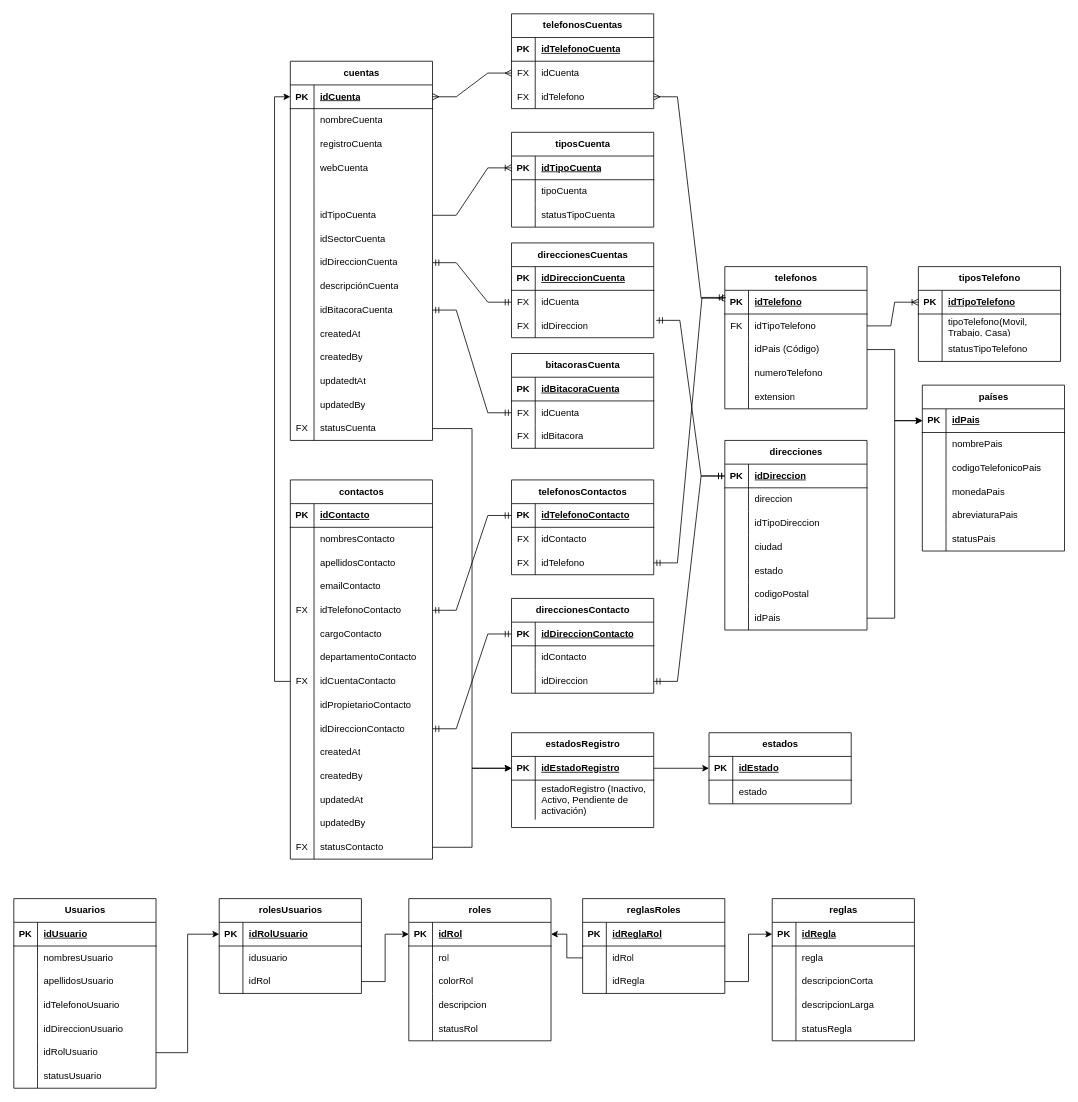
Earlier version of the draw.io diagram bd people.drawio (ocpdata/BDPeople). Source tidied: cells renumbered, new cells numbered last; positions are measured from the earlier drawing's top-left corner, leaving out a move shared by most shapes. Both pictures are drawn from the tidied source at 79%, with x=0, y=0 at pixel (13, 13).
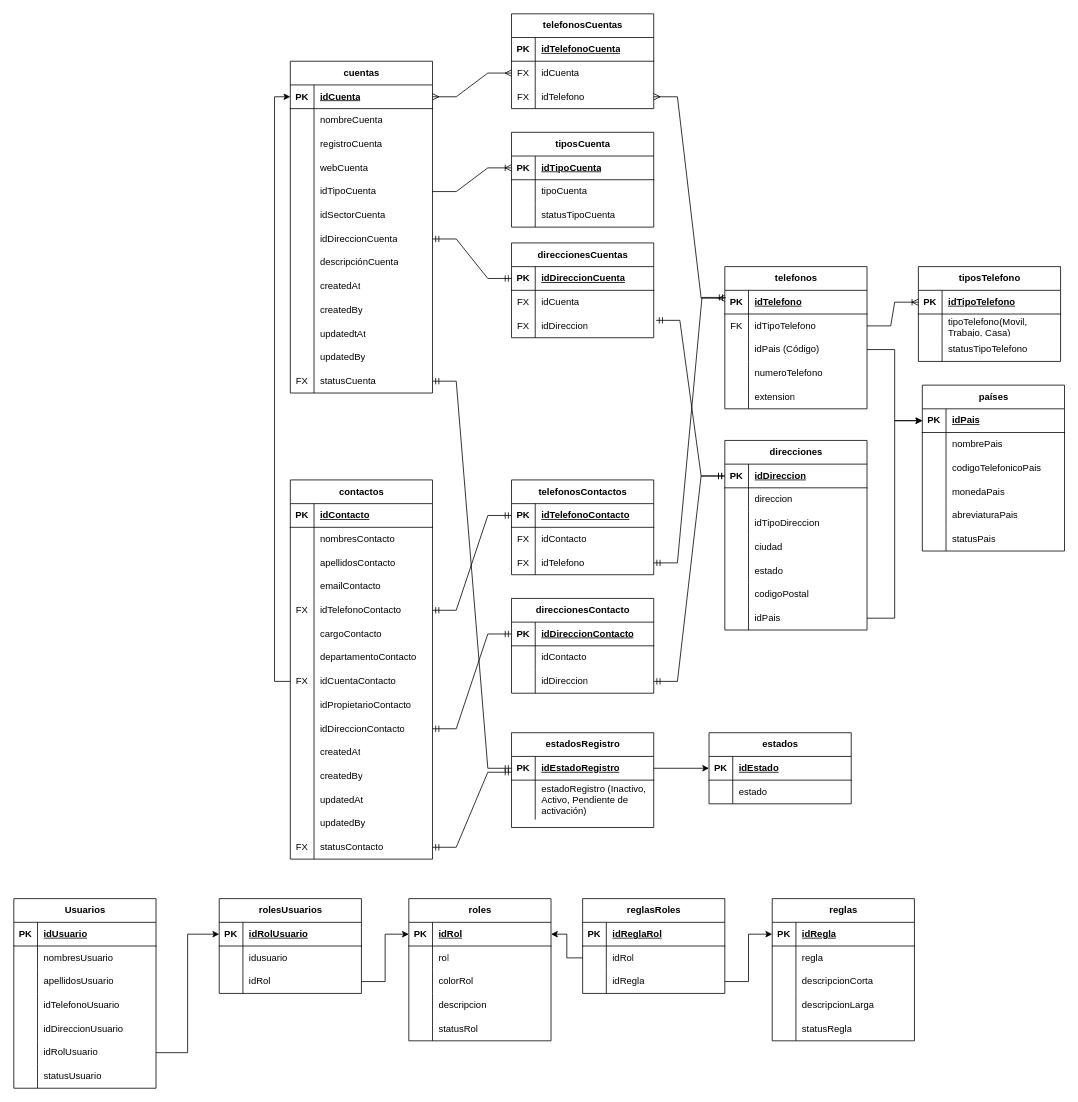
The same diagram, later.

Unchanged cells that the change refers to:
```xml
<mxCell id="91" style="shape=tableRow;horizontal=0;startSize=0;swimlaneHead=0;swimlaneBody=0;fillColor=none;points=[[0,0.5],[1,0.5]];portConstraint=eastwest;top=0;left=0;right=0;bottom=0;" parent="48" vertex="1">
  <mxGeometry y="450" width="180" height="30" as="geometry" />
</mxCell>
<mxCell id="176" style="shape=tableRow;horizontal=0;startSize=0;swimlaneHead=0;swimlaneBody=0;fillColor=none;points=[[0,0.5],[1,0.5]];portConstraint=eastwest;top=0;left=0;right=0;bottom=1;" parent="175" vertex="1">
  <mxGeometry y="30" width="180" height="30" as="geometry" />
</mxCell>
<mxCell id="179" style="shape=tableRow;horizontal=0;startSize=0;swimlaneHead=0;swimlaneBody=0;fillColor=none;points=[[0,0.5],[1,0.5]];portConstraint=eastwest;top=0;left=0;right=0;bottom=0;" parent="175" vertex="1">
  <mxGeometry y="60" width="180" height="30" as="geometry" />
</mxCell>
<mxCell id="231" style="shape=tableRow;horizontal=0;startSize=0;swimlaneHead=0;swimlaneBody=0;fillColor=none;points=[[0,0.5],[1,0.5]];portConstraint=eastwest;top=0;left=0;right=0;bottom=1;" parent="230" vertex="1">
  <mxGeometry y="30" width="180" height="30" as="geometry" />
</mxCell>
```

What changed in the source:
```diff
@@
     <mxCell id="2" value="cuentas" style="shape=table;startSize=30;childLayout=tableLayout;rowLines=0;fontStyle=1;align=center;html=1;" parent="1" vertex="1">
-      <mxGeometry x="350" y="60" width="180" height="480" as="geometry" />
+      <mxGeometry x="350" y="60" width="180" height="420" as="geometry" />
     </mxCell>
@@
-    <mxCell id="15" style="shape=tableRow;horizontal=0;startSize=0;swimlaneHead=0;swimlaneBody=0;fillColor=none;top=0;left=0;right=0;bottom=0;" parent="2" vertex="1">
-      <mxGeometry y="150" width="180" height="30" as="geometry" />
-    </mxCell>
-    <mxCell id="16" style="shape=partialRectangle;fillColor=none;top=0;left=0;bottom=0;right=0;overflow=hidden;whiteSpace=wrap;html=1;" parent="15" vertex="1">
-      <mxGeometry width="30" height="30" as="geometry" />
-    </mxCell>
-    <mxCell id="17" style="shape=partialRectangle;fillColor=none;top=0;left=0;bottom=0;right=0;align=left;spacingLeft=6;overflow=hidden;whiteSpace=wrap;html=1;" parent="15" vertex="1">
-      <mxGeometry x="30" width="150" height="30" as="geometry" />
-    </mxCell>
     <mxCell id="18" style="shape=tableRow;horizontal=0;startSize=0;swimlaneHead=0;swimlaneBody=0;fillColor=none;points=[[0,0.5],[1,0.5]];portConstraint=eastwest;top=0;left=0;right=0;bottom=0;" parent="2" vertex="1">
-      <mxGeometry y="180" width="180" height="30" as="geometry" />
+      <mxGeometry y="150" width="180" height="30" as="geometry" />
     </mxCell>
@@
     <mxCell id="21" style="shape=tableRow;horizontal=0;startSize=0;swimlaneHead=0;swimlaneBody=0;fillColor=none;top=0;left=0;right=0;bottom=0;" parent="2" vertex="1">
-      <mxGeometry y="210" width="180" height="30" as="geometry" />
+      <mxGeometry y="180" width="180" height="30" as="geometry" />
     </mxCell>
@@
     <mxCell id="24" style="shape=tableRow;horizontal=0;startSize=0;swimlaneHead=0;swimlaneBody=0;fillColor=none;points=[[0,0.5],[1,0.5]];portConstraint=eastwest;top=0;left=0;right=0;bottom=0;" parent="2" vertex="1">
-      <mxGeometry y="240" width="180" height="30" as="geometry" />
+      <mxGeometry y="210" width="180" height="30" as="geometry" />
     </mxCell>
@@
     <mxCell id="27" style="shape=tableRow;horizontal=0;startSize=0;swimlaneHead=0;swimlaneBody=0;fillColor=none;top=0;left=0;right=0;bottom=0;" parent="2" vertex="1">
-      <mxGeometry y="270" width="180" height="30" as="geometry" />
+      <mxGeometry y="240" width="180" height="30" as="geometry" />
     </mxCell>
@@
-    <mxCell id="30" style="shape=tableRow;horizontal=0;startSize=0;swimlaneHead=0;swimlaneBody=0;fillColor=none;points=[[0,0.5],[1,0.5]];portConstraint=eastwest;top=0;left=0;right=0;bottom=0;" parent="2" vertex="1">
-      <mxGeometry y="300" width="180" height="30" as="geometry" />
-    </mxCell>
-    <mxCell id="31" style="shape=partialRectangle;fillColor=none;top=0;left=0;bottom=0;right=0;overflow=hidden;whiteSpace=wrap;html=1;" parent="30" vertex="1">
-      <mxGeometry width="30" height="30" as="geometry" />
-    </mxCell>
-    <mxCell id="32" value="idBitacoraCuenta" style="shape=partialRectangle;fillColor=none;top=0;left=0;bottom=0;right=0;align=left;spacingLeft=6;overflow=hidden;whiteSpace=wrap;html=1;" parent="30" vertex="1">
-      <mxGeometry x="30" width="150" height="30" as="geometry" />
-    </mxCell>
     <mxCell id="33" style="shape=tableRow;horizontal=0;startSize=0;swimlaneHead=0;swimlaneBody=0;fillColor=none;top=0;left=0;right=0;bottom=0;" parent="2" vertex="1">
-      <mxGeometry y="330" width="180" height="30" as="geometry" />
+      <mxGeometry y="270" width="180" height="30" as="geometry" />
     </mxCell>
@@
     <mxCell id="36" style="shape=tableRow;horizontal=0;startSize=0;swimlaneHead=0;swimlaneBody=0;fillColor=none;top=0;left=0;right=0;bottom=0;" parent="2" vertex="1">
-      <mxGeometry y="360" width="180" height="30" as="geometry" />
+      <mxGeometry y="300" width="180" height="30" as="geometry" />
     </mxCell>
@@
     <mxCell id="39" style="shape=tableRow;horizontal=0;startSize=0;swimlaneHead=0;swimlaneBody=0;fillColor=none;top=0;left=0;right=0;bottom=0;" parent="2" vertex="1">
-      <mxGeometry y="390" width="180" height="30" as="geometry" />
+      <mxGeometry y="330" width="180" height="30" as="geometry" />
     </mxCell>
@@
     <mxCell id="42" style="shape=tableRow;horizontal=0;startSize=0;swimlaneHead=0;swimlaneBody=0;fillColor=none;top=0;left=0;right=0;bottom=0;" parent="2" vertex="1">
-      <mxGeometry y="420" width="180" height="30" as="geometry" />
+      <mxGeometry y="360" width="180" height="30" as="geometry" />
     </mxCell>
@@
     <mxCell id="45" style="shape=tableRow;horizontal=0;startSize=0;swimlaneHead=0;swimlaneBody=0;fillColor=none;points=[[0,0.5],[1,0.5]];portConstraint=eastwest;top=0;left=0;right=0;bottom=0;" parent="2" vertex="1">
-      <mxGeometry y="450" width="180" height="30" as="geometry" />
+      <mxGeometry y="390" width="180" height="30" as="geometry" />
     </mxCell>
@@
-    <mxCell id="185" value="bitacorasCuenta" style="shape=table;startSize=30;childLayout=tableLayout;rowLines=0;fontStyle=1;align=center;html=1;" parent="1" vertex="1">
-      <mxGeometry x="630" y="430" width="180" height="120" as="geometry" />
-    </mxCell>
-    <mxCell id="186" style="shape=tableRow;horizontal=0;startSize=0;swimlaneHead=0;swimlaneBody=0;fillColor=none;top=0;left=0;right=0;bottom=1;" parent="185" vertex="1">
-      <mxGeometry y="30" width="180" height="30" as="geometry" />
-    </mxCell>
-    <mxCell id="187" value="PK" style="shape=partialRectangle;fillColor=none;top=0;left=0;bottom=0;right=0;fontStyle=1;overflow=hidden;whiteSpace=wrap;html=1;" parent="186" vertex="1">
-      <mxGeometry width="30" height="30" as="geometry" />
-    </mxCell>
-    <mxCell id="188" value="idBitacoraCuenta" style="shape=partialRectangle;fillColor=none;top=0;left=0;bottom=0;right=0;align=left;spacingLeft=6;fontStyle=5;overflow=hidden;whiteSpace=wrap;html=1;" parent="186" vertex="1">
-      <mxGeometry x="30" width="150" height="30" as="geometry" />
-    </mxCell>
-    <mxCell id="189" style="shape=tableRow;horizontal=0;startSize=0;swimlaneHead=0;swimlaneBody=0;fillColor=none;points=[[0,0.5],[1,0.5]];portConstraint=eastwest;top=0;left=0;right=0;bottom=0;" parent="185" vertex="1">
-      <mxGeometry y="60" width="180" height="30" as="geometry" />
-    </mxCell>
-    <mxCell id="190" value="FX" style="shape=partialRectangle;fillColor=none;top=0;left=0;bottom=0;right=0;overflow=hidden;whiteSpace=wrap;html=1;" parent="189" vertex="1">
-      <mxGeometry width="30" height="30" as="geometry" />
-    </mxCell>
-    <mxCell id="191" value="idCuenta" style="shape=partialRectangle;fillColor=none;top=0;left=0;bottom=0;right=0;align=left;spacingLeft=6;overflow=hidden;whiteSpace=wrap;html=1;" parent="189" vertex="1">
-      <mxGeometry x="30" width="150" height="30" as="geometry" />
-    </mxCell>
-    <mxCell id="192" style="shape=tableRow;horizontal=0;startSize=0;swimlaneHead=0;swimlaneBody=0;fillColor=none;top=0;left=0;right=0;bottom=0;" parent="185" vertex="1">
-      <mxGeometry y="90" width="180" height="30" as="geometry" />
-    </mxCell>
-    <mxCell id="193" value="FX" style="shape=partialRectangle;fillColor=none;top=0;left=0;bottom=0;right=0;overflow=hidden;whiteSpace=wrap;html=1;" parent="192" vertex="1">
-      <mxGeometry width="30" height="30" as="geometry" />
-    </mxCell>
-    <mxCell id="194" value="idBitacora" style="shape=partialRectangle;fillColor=none;top=0;left=0;bottom=0;right=0;align=left;spacingLeft=6;overflow=hidden;whiteSpace=wrap;html=1;" parent="192" vertex="1">
-      <mxGeometry x="30" width="150" height="30" as="geometry" />
-    </mxCell>
-    <mxCell id="195" style="edgeStyle=entityRelationEdgeStyle;fontSize=12;html=1;endArrow=ERmandOne;startArrow=ERmandOne;rounded=0;exitX=1;exitY=0.5;exitDx=0;exitDy=0;entryX=0;entryY=0.5;entryDx=0;entryDy=0;" parent="1" edge="1" source="24" target="179">
+    <mxCell id="195" style="edgeStyle=entityRelationEdgeStyle;fontSize=12;html=1;endArrow=ERmandOne;startArrow=ERmandOne;rounded=0;exitX=1;exitY=0.5;exitDx=0;exitDy=0;entryX=0;entryY=0.5;entryDx=0;entryDy=0;" parent="1" edge="1" source="24" target="176">
       <mxGeometry relative="1" as="geometry" />
     </mxCell>
-    <mxCell id="196" style="edgeStyle=entityRelationEdgeStyle;fontSize=12;html=1;endArrow=ERmandOne;startArrow=ERmandOne;rounded=0;exitX=1;exitY=0.5;exitDx=0;exitDy=0;entryX=0;entryY=0.5;entryDx=0;entryDy=0;" parent="1" edge="1" source="30" target="189">
-      <mxGeometry relative="1" as="geometry" />
-    </mxCell>
@@
-    <mxCell id="238" style="edgeStyle=orthogonalEdgeStyle;rounded=0;jettySize=auto;html=1;exitX=1;exitY=0.5;exitDx=0;exitDy=0;entryX=0;entryY=0.5;entryDx=0;entryDy=0;" parent="1" edge="1" source="91" target="231">
-      <mxGeometry relative="1" as="geometry" />
-    </mxCell>
-    <mxCell id="239" style="edgeStyle=orthogonalEdgeStyle;rounded=0;jettySize=auto;html=1;exitX=1;exitY=0.5;exitDx=0;exitDy=0;entryX=0;entryY=0.5;entryDx=0;entryDy=0;" parent="1" edge="1" source="45" target="231">
-      <mxGeometry relative="1" as="geometry" />
-    </mxCell>
@@
+    <mxCell id="239" style="edgeStyle=entityRelationEdgeStyle;fontSize=12;html=1;endArrow=ERmandOne;startArrow=ERmandOne;rounded=0;exitX=1;exitY=0.5;exitDx=0;exitDy=0;entryX=0;entryY=0.5;entryDx=0;entryDy=0;" parent="1" edge="1" source="45" target="231">
+      <mxGeometry relative="1" as="geometry" />
+    </mxCell>
+    <mxCell id="330" style="edgeStyle=entityRelationEdgeStyle;fontSize=12;html=1;endArrow=ERmandOne;startArrow=ERmandOne;rounded=0;exitX=1;exitY=0.5;exitDx=0;exitDy=0;" parent="1" edge="1" source="91">
+      <mxGeometry relative="1" as="geometry">
+        <mxPoint x="630" y="960" as="targetPoint" />
+      </mxGeometry>
+    </mxCell>
```
